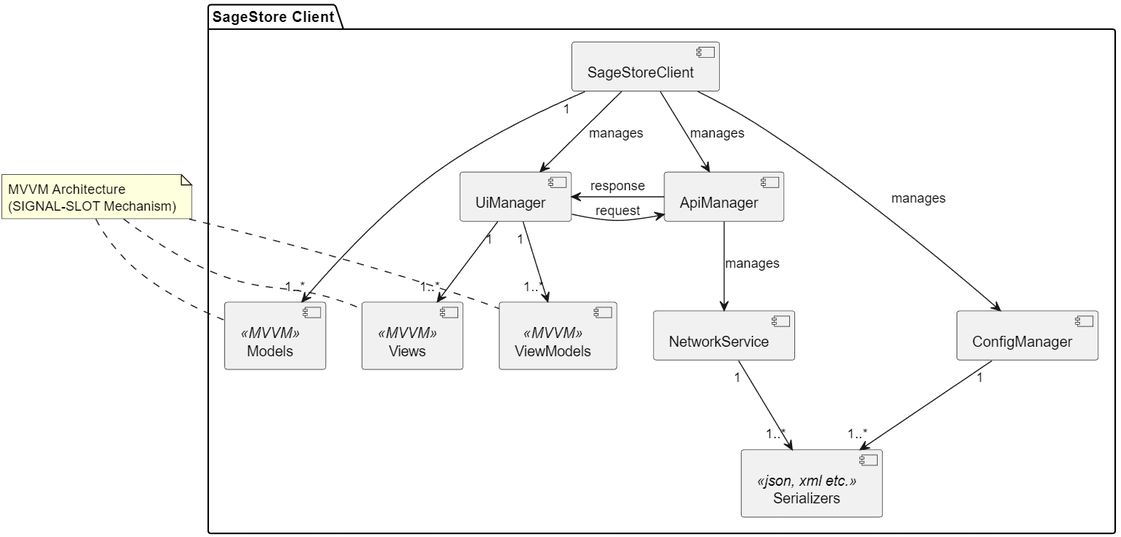
This is docs/client/Client_Design.png from Sage-Cat/SageStore, a PlantUML export, as it was before one commit. Its source is kept beside it as docs/client/plantuml/Client_Design.puml.
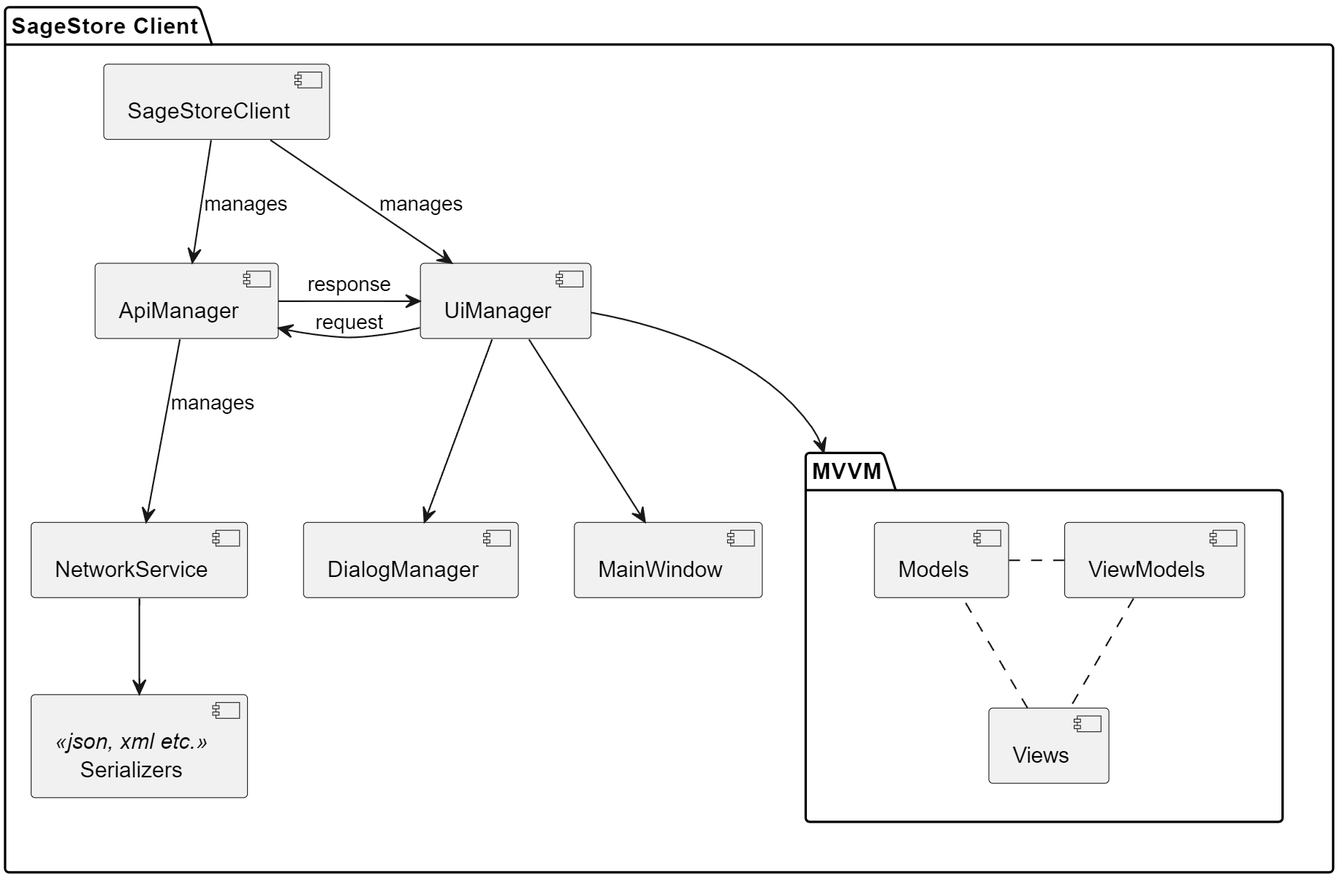
Above is the later version.

What changed in the source:
```diff
@@ -6,38 +6,33 @@
     [UiManager] as UIM
     [ApiManager] as AC
     [NetworkService] as NS
-    [ConfigManager] as CM
-    [Models] <<MVVM>> as M
-    [ViewModels] <<MVVM>> as VM
-    [Views] <<MVVM>> as V
     [Serializers] <<json, xml etc.>>
+    [DialogManager] as DM
+    [MainWindow] as MW
+
+    package "MVVM" {
+        [Models] as M
+        [ViewModels]as VM
+        [Views] as V
+
+        M . VM
+        VM .. V
+        V . M
+    }
 
     SSC -down-> UIM : manages
     SSC -down-> AC : manages
-    SSC -down-> CM : manages
-    SSC -down-> M  : "1"   "1..*"
 
     AC -down-> NS : manages
     AC <- UIM : request
     AC -> UIM : response
 
-    UIM -down-> V : "1"   "1..*"
-    UIM -down-> VM : "1"   "1..*"
+    UIM -down-> MVVM
+    UIM -down-> MW
+    UIM -down-> DM
+    DM -[hidden]left-> MVVM
 
-    NS -down-> [Serializers] : "1"   "1..*"
-
-    CM -down-> [Serializers] : "1"   "1..*"
-    CM -[hidden]right-> NS : <<diagram alignment>>
-
-    M -[hidden]left-> VM
-    VM -[hidden]right-> V
-    V -[hidden]left-> M
+    NS -down-> [Serializers]
 }
 
-note "MVVM Architecture\n(SIGNAL-SLOT Mechanism)" as MVVMNote
-MVVMNote .. M
-MVVMNote .. VM
-MVVMNote .. V
-MVVMNote -[hidden]down- M
-
 @enduml
```
